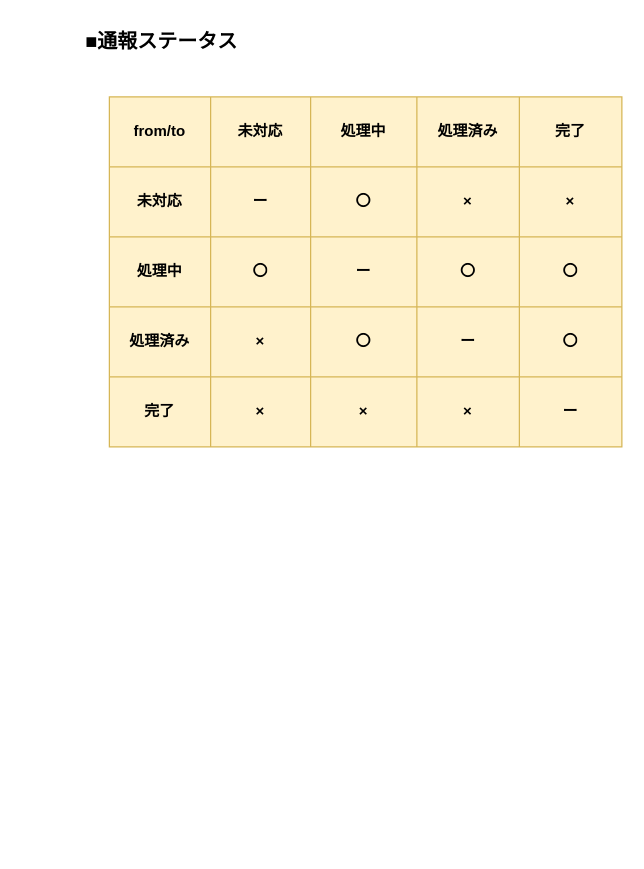
The draw.io diagram page "状態遷移図" (2 of 4) of modeling.drawio in haseryo0403/VenTal, before the edit. Source tidied: cells renumbered, new cells numbered last; positions are measured from the earlier drawing's top-left corner, leaving out a move shared by most shapes. Both pictures are drawn from the tidied source at 125%, with x=0, y=0 at pixel (21, 21).
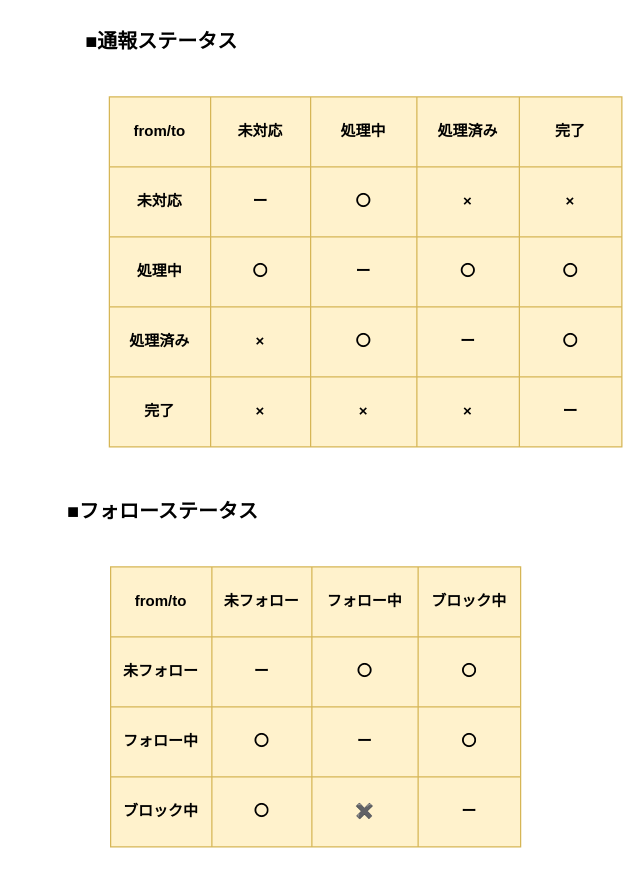
After the change.

Diff of the diagram source:
```diff
@@
+    <mxCell id="34" style="shape=table;startSize=0;childLayout=tableLayout;rounded=1;strokeColor=#d6b656;align=center;verticalAlign=middle;fontFamily=Helvetica;fontSize=12;fontStyle=1;fillColor=#fff2cc;" parent="1" vertex="1">
+      <mxGeometry x="71" y="436" width="328" height="224" as="geometry" />
+    </mxCell>
+    <mxCell id="35" style="shape=tableRow;horizontal=0;startSize=0;swimlaneHead=0;swimlaneBody=0;strokeColor=inherit;top=0;left=0;bottom=0;right=0;fillColor=none;rounded=1;align=center;verticalAlign=middle;fontFamily=Helvetica;fontSize=12;fontColor=default;fontStyle=1;" parent="34" vertex="1">
+      <mxGeometry width="328" height="56" as="geometry" />
+    </mxCell>
+    <mxCell id="36" value="from/to" style="shape=partialRectangle;html=1;whiteSpace=wrap;strokeColor=inherit;overflow=hidden;fillColor=none;top=0;left=0;bottom=0;right=0;rounded=1;align=center;verticalAlign=middle;fontFamily=Helvetica;fontSize=12;fontColor=default;fontStyle=1;" parent="35" vertex="1">
+      <mxGeometry width="81" height="56" as="geometry" />
+    </mxCell>
+    <mxCell id="37" value="未フォロー" style="shape=partialRectangle;html=1;whiteSpace=wrap;strokeColor=inherit;overflow=hidden;fillColor=none;top=0;left=0;bottom=0;right=0;rounded=1;align=center;verticalAlign=middle;fontFamily=Helvetica;fontSize=12;fontColor=default;fontStyle=1;" parent="35" vertex="1">
+      <mxGeometry x="81" width="80" height="56" as="geometry" />
+    </mxCell>
+    <mxCell id="38" value="フォロー中" style="shape=partialRectangle;html=1;whiteSpace=wrap;strokeColor=inherit;overflow=hidden;fillColor=none;top=0;left=0;bottom=0;right=0;rounded=1;align=center;verticalAlign=middle;fontFamily=Helvetica;fontSize=12;fontColor=default;fontStyle=1;" parent="35" vertex="1">
+      <mxGeometry x="161" width="85" height="56" as="geometry" />
+    </mxCell>
+    <mxCell id="39" value="ブロック中" style="shape=partialRectangle;html=1;whiteSpace=wrap;strokeColor=inherit;overflow=hidden;fillColor=none;top=0;left=0;bottom=0;right=0;rounded=1;align=center;verticalAlign=middle;fontFamily=Helvetica;fontSize=12;fontColor=default;fontStyle=1;" parent="35" vertex="1">
+      <mxGeometry x="246" width="82" height="56" as="geometry" />
+    </mxCell>
+    <mxCell id="40" style="shape=tableRow;horizontal=0;startSize=0;swimlaneHead=0;swimlaneBody=0;strokeColor=inherit;top=0;left=0;bottom=0;right=0;fillColor=none;rounded=1;align=center;verticalAlign=middle;fontFamily=Helvetica;fontSize=12;fontColor=default;fontStyle=1;" parent="34" vertex="1">
+      <mxGeometry y="56" width="328" height="56" as="geometry" />
+    </mxCell>
+    <mxCell id="41" value="未フォロー" style="shape=partialRectangle;html=1;whiteSpace=wrap;strokeColor=inherit;overflow=hidden;fillColor=none;top=0;left=0;bottom=0;right=0;rounded=1;align=center;verticalAlign=middle;fontFamily=Helvetica;fontSize=12;fontColor=default;fontStyle=1;" parent="40" vertex="1">
+      <mxGeometry width="81" height="56" as="geometry" />
+    </mxCell>
+    <mxCell id="42" value="ー" style="shape=partialRectangle;html=1;whiteSpace=wrap;strokeColor=inherit;overflow=hidden;fillColor=none;top=0;left=0;bottom=0;right=0;rounded=1;align=center;verticalAlign=middle;fontFamily=Helvetica;fontSize=12;fontColor=default;fontStyle=1;" parent="40" vertex="1">
+      <mxGeometry x="81" width="80" height="56" as="geometry" />
+    </mxCell>
+    <mxCell id="43" value="〇" style="shape=partialRectangle;html=1;whiteSpace=wrap;strokeColor=inherit;overflow=hidden;fillColor=none;top=0;left=0;bottom=0;right=0;rounded=1;align=center;verticalAlign=middle;fontFamily=Helvetica;fontSize=12;fontColor=default;fontStyle=1;" parent="40" vertex="1">
+      <mxGeometry x="161" width="85" height="56" as="geometry" />
+    </mxCell>
+    <mxCell id="44" value="〇" style="shape=partialRectangle;html=1;whiteSpace=wrap;strokeColor=inherit;overflow=hidden;fillColor=none;top=0;left=0;bottom=0;right=0;rounded=1;align=center;verticalAlign=middle;fontFamily=Helvetica;fontSize=12;fontColor=default;fontStyle=1;" parent="40" vertex="1">
+      <mxGeometry x="246" width="82" height="56" as="geometry" />
+    </mxCell>
+    <mxCell id="45" style="shape=tableRow;horizontal=0;startSize=0;swimlaneHead=0;swimlaneBody=0;strokeColor=inherit;top=0;left=0;bottom=0;right=0;fillColor=none;rounded=1;align=center;verticalAlign=middle;fontFamily=Helvetica;fontSize=12;fontColor=default;fontStyle=1;" parent="34" vertex="1">
+      <mxGeometry y="112" width="328" height="56" as="geometry" />
+    </mxCell>
+    <mxCell id="46" value="フォロー中" style="shape=partialRectangle;html=1;whiteSpace=wrap;strokeColor=inherit;overflow=hidden;fillColor=none;top=0;left=0;bottom=0;right=0;rounded=1;align=center;verticalAlign=middle;fontFamily=Helvetica;fontSize=12;fontColor=default;fontStyle=1;" parent="45" vertex="1">
+      <mxGeometry width="81" height="56" as="geometry" />
+    </mxCell>
+    <mxCell id="47" value="〇" style="shape=partialRectangle;html=1;whiteSpace=wrap;strokeColor=inherit;overflow=hidden;fillColor=none;top=0;left=0;bottom=0;right=0;rounded=1;align=center;verticalAlign=middle;fontFamily=Helvetica;fontSize=12;fontColor=default;fontStyle=1;" parent="45" vertex="1">
+      <mxGeometry x="81" width="80" height="56" as="geometry" />
+    </mxCell>
+    <mxCell id="48" value="ー" style="shape=partialRectangle;html=1;whiteSpace=wrap;strokeColor=inherit;overflow=hidden;fillColor=none;top=0;left=0;bottom=0;right=0;rounded=1;align=center;verticalAlign=middle;fontFamily=Helvetica;fontSize=12;fontColor=default;fontStyle=1;" parent="45" vertex="1">
+      <mxGeometry x="161" width="85" height="56" as="geometry" />
+    </mxCell>
+    <mxCell id="49" value="〇" style="shape=partialRectangle;html=1;whiteSpace=wrap;strokeColor=inherit;overflow=hidden;fillColor=none;top=0;left=0;bottom=0;right=0;rounded=1;align=center;verticalAlign=middle;fontFamily=Helvetica;fontSize=12;fontColor=default;fontStyle=1;" parent="45" vertex="1">
+      <mxGeometry x="246" width="82" height="56" as="geometry" />
+    </mxCell>
+    <mxCell id="50" style="shape=tableRow;horizontal=0;startSize=0;swimlaneHead=0;swimlaneBody=0;strokeColor=inherit;top=0;left=0;bottom=0;right=0;fillColor=none;rounded=1;align=center;verticalAlign=middle;fontFamily=Helvetica;fontSize=12;fontColor=default;fontStyle=1;" parent="34" vertex="1">
+      <mxGeometry y="168" width="328" height="56" as="geometry" />
+    </mxCell>
+    <mxCell id="51" value="ブロック中" style="shape=partialRectangle;html=1;whiteSpace=wrap;strokeColor=inherit;overflow=hidden;fillColor=none;top=0;left=0;bottom=0;right=0;rounded=1;align=center;verticalAlign=middle;fontFamily=Helvetica;fontSize=12;fontColor=default;fontStyle=1;" parent="50" vertex="1">
+      <mxGeometry width="81" height="56" as="geometry" />
+    </mxCell>
+    <mxCell id="52" value="〇" style="shape=partialRectangle;html=1;whiteSpace=wrap;strokeColor=inherit;overflow=hidden;fillColor=none;top=0;left=0;bottom=0;right=0;rounded=1;align=center;verticalAlign=middle;fontFamily=Helvetica;fontSize=12;fontColor=default;fontStyle=1;" parent="50" vertex="1">
+      <mxGeometry x="81" width="80" height="56" as="geometry" />
+    </mxCell>
+    <mxCell id="53" value="✖️" style="shape=partialRectangle;html=1;whiteSpace=wrap;strokeColor=inherit;overflow=hidden;fillColor=none;top=0;left=0;bottom=0;right=0;rounded=1;align=center;verticalAlign=middle;fontFamily=Helvetica;fontSize=12;fontColor=default;fontStyle=1;" parent="50" vertex="1">
+      <mxGeometry x="161" width="85" height="56" as="geometry" />
+    </mxCell>
+    <mxCell id="54" value="ー" style="shape=partialRectangle;html=1;whiteSpace=wrap;strokeColor=inherit;overflow=hidden;fillColor=none;top=0;left=0;bottom=0;right=0;rounded=1;align=center;verticalAlign=middle;fontFamily=Helvetica;fontSize=12;fontColor=default;fontStyle=1;" parent="50" vertex="1">
+      <mxGeometry x="246" width="82" height="56" as="geometry" />
+    </mxCell>
+    <mxCell id="55" value="■フォローステータス" style="text;html=1;align=center;verticalAlign=middle;whiteSpace=wrap;rounded=0;fontFamily=Helvetica;fontSize=16;fontColor=default;fontStyle=1;" parent="1" vertex="1">
+      <mxGeometry x="1" y="376" width="223.8" height="30" as="geometry" />
+    </mxCell>
```
